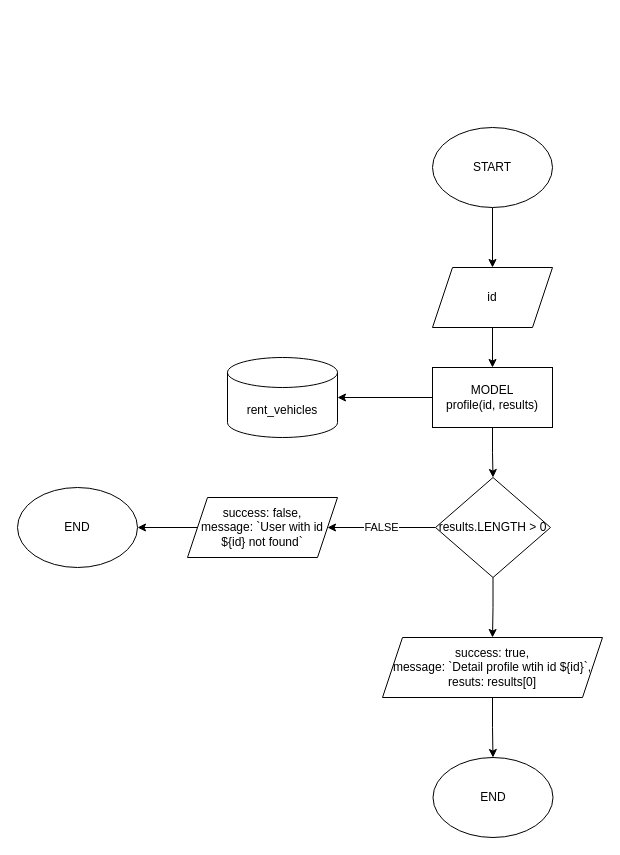
Earlier version of the draw.io diagram flowchart&ERD/profile.drawio (rintosaputro/fw5-backend-beginner). Source tidied: cells renumbered, new cells numbered last; positions are measured from the earlier drawing's top-left corner, leaving out a move shared by most shapes. Both pictures are drawn from the tidied source at 100%, with x=0, y=0 at pixel (17, 127).
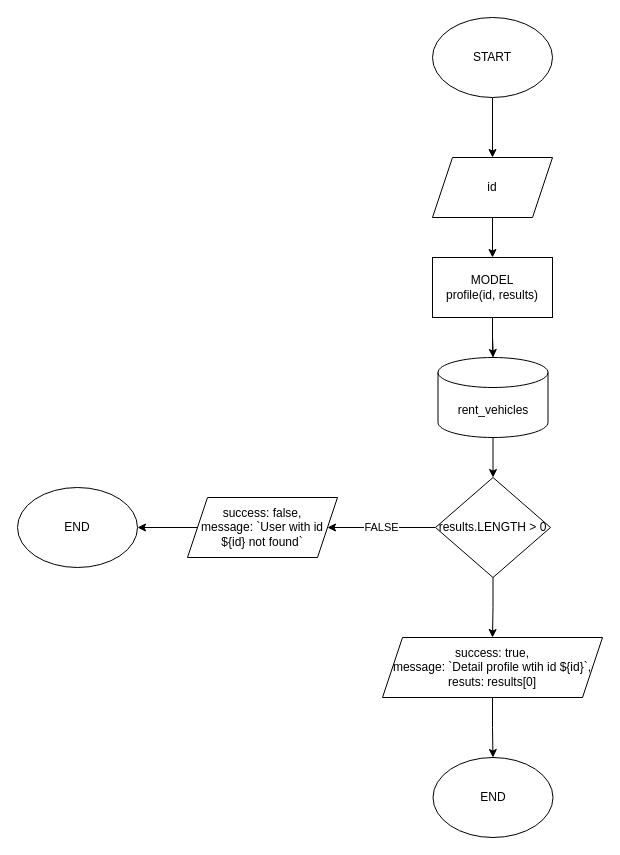
Above is the later version.

Diff of the diagram source:
```diff
@@
 <mxGraphModel>
   <root>
     <mxCell id="0" />
     <mxCell id="1" parent="0" />
     <mxCell id="2" style="edgeStyle=orthogonalEdgeStyle;rounded=0;jettySize=auto;html=1;" parent="1" edge="1" source="3" target="5">
       <mxGeometry relative="1" as="geometry" />
     </mxCell>
     <mxCell id="3" value="START" style="ellipse;whiteSpace=wrap;html=1;" parent="1" vertex="1">
-      <mxGeometry x="415" width="120" height="80" as="geometry" />
+      <mxGeometry x="415" y="-110" width="120" height="80" as="geometry" />
     </mxCell>
     <mxCell id="4" style="edgeStyle=orthogonalEdgeStyle;rounded=0;jettySize=auto;html=1;" parent="1" edge="1" source="5" target="8">
       <mxGeometry relative="1" as="geometry" />
     </mxCell>
     <mxCell id="5" value="id" style="shape=parallelogram;perimeter=parallelogramPerimeter;whiteSpace=wrap;html=1;fixedSize=1;" parent="1" vertex="1">
-      <mxGeometry x="415" y="140" width="120" height="60" as="geometry" />
+      <mxGeometry x="415" y="30" width="120" height="60" as="geometry" />
     </mxCell>
     <mxCell id="6" style="edgeStyle=orthogonalEdgeStyle;rounded=0;jettySize=auto;html=1;" parent="1" edge="1" source="8" target="9">
       <mxGeometry relative="1" as="geometry" />
     </mxCell>
-    <mxCell id="7" style="edgeStyle=orthogonalEdgeStyle;rounded=0;jettySize=auto;html=1;" parent="1" edge="1" source="8" target="12">
+    <mxCell id="7" style="edgeStyle=orthogonalEdgeStyle;rounded=0;jettySize=auto;html=1;startArrow=none;" parent="1" edge="1" source="9" target="12">
       <mxGeometry relative="1" as="geometry" />
     </mxCell>
     <mxCell id="8" value="MODEL&lt;br&gt;profile(id, results)" style="rounded=0;whiteSpace=wrap;html=1;" parent="1" vertex="1">
-      <mxGeometry x="415" y="240" width="120" height="60" as="geometry" />
+      <mxGeometry x="415" y="130" width="120" height="60" as="geometry" />
     </mxCell>
-    <mxCell id="9" value="rent_vehicles" style="shape=cylinder3;whiteSpace=wrap;html=1;boundedLbl=1;backgroundOutline=1;size=15;" parent="1" vertex="1">
-      <mxGeometry x="210" y="230" width="110" height="80" as="geometry" />
-    </mxCell>
     <mxCell id="10" value="FALSE" style="edgeStyle=orthogonalEdgeStyle;rounded=0;jettySize=auto;html=1;" parent="1" edge="1" source="12" target="14">
       <mxGeometry relative="1" as="geometry" />
     </mxCell>
     <mxCell id="11" style="edgeStyle=orthogonalEdgeStyle;rounded=0;jettySize=auto;html=1;" parent="1" edge="1" source="12" target="17">
       <mxGeometry relative="1" as="geometry" />
     </mxCell>
     <mxCell id="12" value="results.LENGTH &amp;gt; 0" style="rhombus;whiteSpace=wrap;html=1;" parent="1" vertex="1">
       <mxGeometry x="418" y="350" width="115" height="100" as="geometry" />
     </mxCell>
     <mxCell id="13" style="edgeStyle=orthogonalEdgeStyle;rounded=0;jettySize=auto;html=1;" parent="1" edge="1" source="14" target="15">
       <mxGeometry relative="1" as="geometry" />
     </mxCell>
     <mxCell id="14" value="success: false,&lt;br&gt;message: `User with id ${id} not found`" style="shape=parallelogram;perimeter=parallelogramPerimeter;whiteSpace=wrap;html=1;fixedSize=1;" parent="1" vertex="1">
       <mxGeometry x="170" y="370" width="150" height="60" as="geometry" />
     </mxCell>
     <mxCell id="15" value="END" style="ellipse;whiteSpace=wrap;html=1;" parent="1" vertex="1">
       <mxGeometry y="360" width="120" height="80" as="geometry" />
     </mxCell>
     <mxCell id="16" style="edgeStyle=orthogonalEdgeStyle;rounded=0;jettySize=auto;html=1;" parent="1" edge="1" source="17" target="18">
       <mxGeometry relative="1" as="geometry" />
     </mxCell>
     <mxCell id="17" value="success: true,&lt;br&gt;message: `Detail profile wtih id ${id}`,&lt;br&gt;resuts: results[0]" style="shape=parallelogram;perimeter=parallelogramPerimeter;whiteSpace=wrap;html=1;fixedSize=1;" parent="1" vertex="1">
       <mxGeometry x="365" y="510" width="220" height="60" as="geometry" />
     </mxCell>
     <mxCell id="18" value="END" style="ellipse;whiteSpace=wrap;html=1;" parent="1" vertex="1">
       <mxGeometry x="415.5" y="630" width="120" height="80" as="geometry" />
     </mxCell>
+    <mxCell id="9" value="rent_vehicles" style="shape=cylinder3;whiteSpace=wrap;html=1;boundedLbl=1;backgroundOutline=1;size=15;" parent="1" vertex="1">
+      <mxGeometry x="420.5" y="230" width="110" height="80" as="geometry" />
+    </mxCell>
+    <mxCell id="19" style="edgeStyle=orthogonalEdgeStyle;rounded=0;jettySize=auto;html=1;endArrow=none;" parent="1" edge="1" source="8" target="9">
+      <mxGeometry relative="1" as="geometry" />
+    </mxCell>
   </root>
 </mxGraphModel>
```
